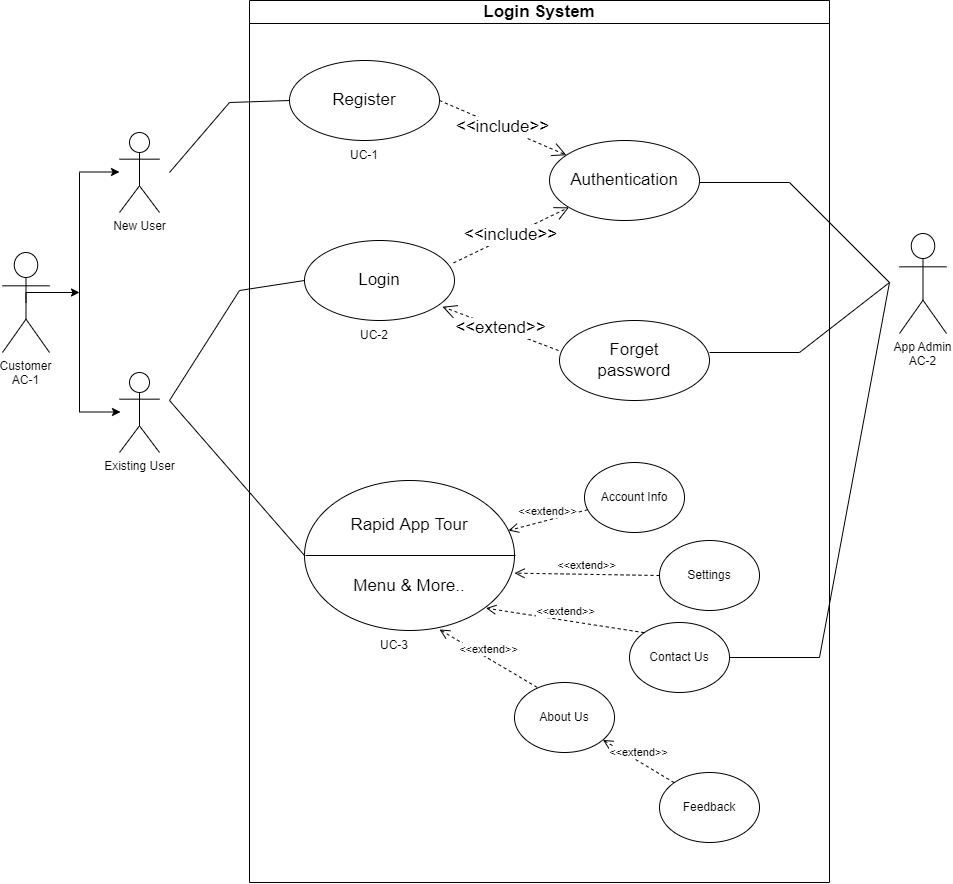
This is Login_form.drawio.png from BhavishyaBhojwani/Event-Management-System, a draw.io export, as it was before one commit. Source tidied: cells renumbered, new cells last; positions are measured from the earlier drawing's top-left corner, leaving out a move shared by most shapes.
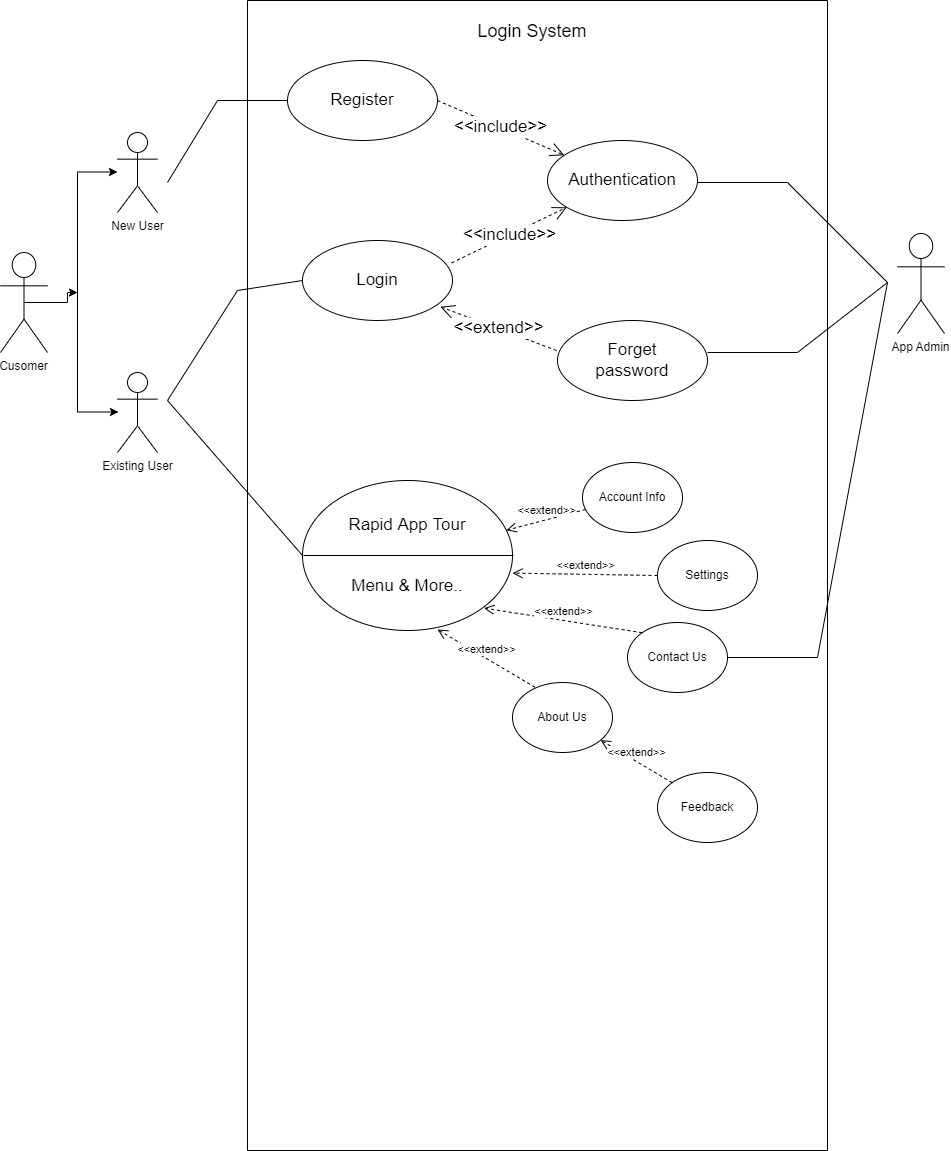
Above is the later version.

What changed in the source:
```diff
@@ -5,12 +5,9 @@
     <mxCell id="2" style="edgeStyle=orthogonalEdgeStyle;rounded=0;jettySize=auto;html=1;exitX=0.5;exitY=0.5;exitDx=0;exitDy=0;exitPerimeter=0;" parent="1" edge="1" source="3">
       <mxGeometry relative="1" as="geometry">
         <mxPoint x="77" y="292" as="targetPoint" />
-        <Array as="points">
-          <mxPoint x="24" y="292" />
-        </Array>
       </mxGeometry>
     </mxCell>
-    <mxCell id="3" value="Customer&#10;AC-1" style="shape=umlActor;verticalLabelPosition=bottom;verticalAlign=top;outlineConnect=0;" parent="1" vertex="1">
+    <mxCell id="3" value="Cusomer" style="shape=umlActor;verticalLabelPosition=bottom;verticalAlign=top;outlineConnect=0;" parent="1" vertex="1">
       <mxGeometry y="252" width="47" height="100" as="geometry" />
     </mxCell>
     <mxCell id="4" value="New User" style="shape=umlActor;verticalLabelPosition=bottom;verticalAlign=top;html=1;" parent="1" vertex="1">
@@ -37,8 +34,8 @@
         <mxPoint x="118" y="411.5" as="targetPoint" />
       </mxGeometry>
     </mxCell>
-    <mxCell id="9" value="&lt;font style=&quot;font-size: 17px;&quot;&gt;Login System&lt;/font&gt;" style="swimlane;whiteSpace=wrap;html=1;align=center;startSize=23;" parent="1" vertex="1">
-      <mxGeometry x="247" width="580" height="882" as="geometry" />
+    <mxCell id="9" style="swimlane;whiteSpace=wrap;html=1;align=center;startSize=0;" parent="1" vertex="1">
+      <mxGeometry x="247" width="580" height="1150" as="geometry" />
     </mxCell>
     <mxCell id="10" value="Register" style="ellipse;whiteSpace=wrap;html=1;fontSize=17;" parent="9" vertex="1">
       <mxGeometry x="40" y="60" width="150" height="80" as="geometry" />
@@ -66,10 +63,10 @@
     </mxCell>
     <mxCell id="17" style="endArrow=none;html=1;rounded=0;fontSize=17;" parent="9" edge="1">
       <mxGeometry relative="1" as="geometry">
-        <mxPoint x="-80" y="172" as="sourcePoint" />
+        <mxPoint x="-80" y="182" as="sourcePoint" />
         <mxPoint x="40" y="100" as="targetPoint" />
         <Array as="points">
-          <mxPoint x="-20" y="102" />
+          <mxPoint x="-30" y="100" />
         </Array>
       </mxGeometry>
     </mxCell>
@@ -138,16 +135,10 @@
         </Array>
       </mxGeometry>
     </mxCell>
-    <mxCell id="32" value="UC-1" style="text;html=1;strokeColor=none;fillColor=none;align=center;verticalAlign=middle;whiteSpace=wrap;rounded=0;" parent="9" vertex="1">
-      <mxGeometry x="85" y="140" width="60" height="30" as="geometry" />
-    </mxCell>
-    <mxCell id="33" value="UC-2" style="text;html=1;strokeColor=none;fillColor=none;align=center;verticalAlign=middle;whiteSpace=wrap;rounded=0;" parent="9" vertex="1">
-      <mxGeometry x="95" y="320" width="60" height="30" as="geometry" />
-    </mxCell>
-    <mxCell id="34" value="UC-3" style="text;html=1;strokeColor=none;fillColor=none;align=center;verticalAlign=middle;whiteSpace=wrap;rounded=0;" parent="9" vertex="1">
-      <mxGeometry x="115" y="630" width="60" height="30" as="geometry" />
-    </mxCell>
+    <mxCell id="37" value="Login System" style="text;html=1;strokeColor=none;fillColor=none;align=center;verticalAlign=middle;whiteSpace=wrap;rounded=0;fontSize=18;" parent="9" vertex="1">
+      <mxGeometry x="220" y="2" width="130" height="58" as="geometry" />
+    </mxCell>
-    <mxCell id="35" value="App Admin&#10;AC-2" style="shape=umlActor;verticalLabelPosition=bottom;verticalAlign=top;" parent="1" vertex="1">
+    <mxCell id="35" value="App Admin" style="shape=umlActor;verticalLabelPosition=bottom;verticalAlign=top;" parent="1" vertex="1">
       <mxGeometry x="897" y="233" width="47" height="100" as="geometry" />
     </mxCell>
     <mxCell id="36" style="endArrow=none;html=1;rounded=0;exitX=1;exitY=0.5;exitDx=0;exitDy=0;" parent="1" edge="1" source="24">
```
